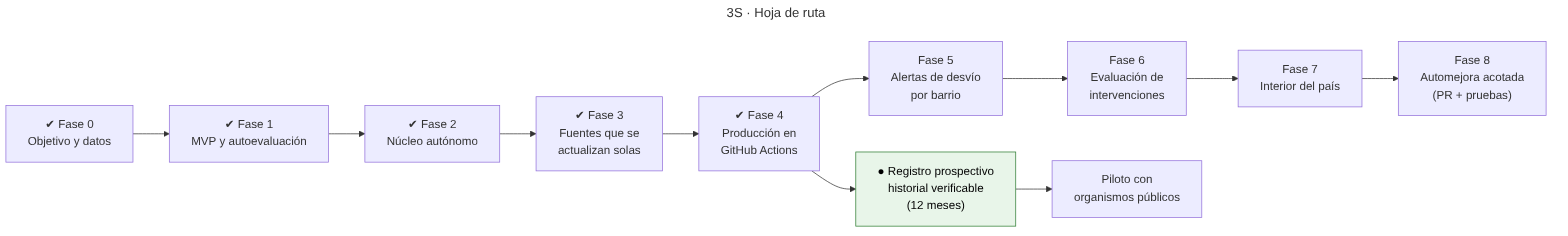
Above: documentacion/diagramas/04_hoja_de_ruta.png in lbenenatia/3s-self-sustained-system (Mermaid), before the change. Its source is kept beside it as documentacion/diagramas/04_hoja_de_ruta.mmd.
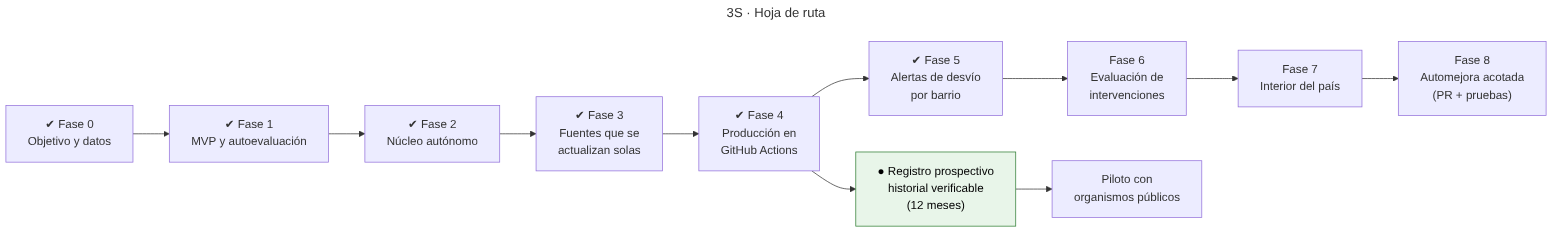
Later version of the same file.

The edit, as a diff of the source:
```diff
@@ -4,7 +4,7 @@
 flowchart LR
     F0["✔ Fase 0<br/>Objetivo y datos"] --> F1["✔ Fase 1<br/>MVP y autoevaluación"] --> F2["✔ Fase 2<br/>Núcleo autónomo"] --> F3["✔ Fase 3<br/>Fuentes que se<br/>actualizan solas"] --> F4["✔ Fase 4<br/>Producción en<br/>GitHub Actions"]
     F4 --> RP["● Registro prospectivo<br/>historial verificable<br/>(12 meses)"]:::activo
-    F4 --> F5["Fase 5<br/>Alertas de desvío<br/>por barrio"]
+    F4 --> F5["✔ Fase 5<br/>Alertas de desvío<br/>por barrio"]
     F5 --> F6["Fase 6<br/>Evaluación de<br/>intervenciones"]
     F6 --> F7["Fase 7<br/>Interior del país"]
     F7 --> F8["Fase 8<br/>Automejora acotada<br/>(PR + pruebas)"]
```
